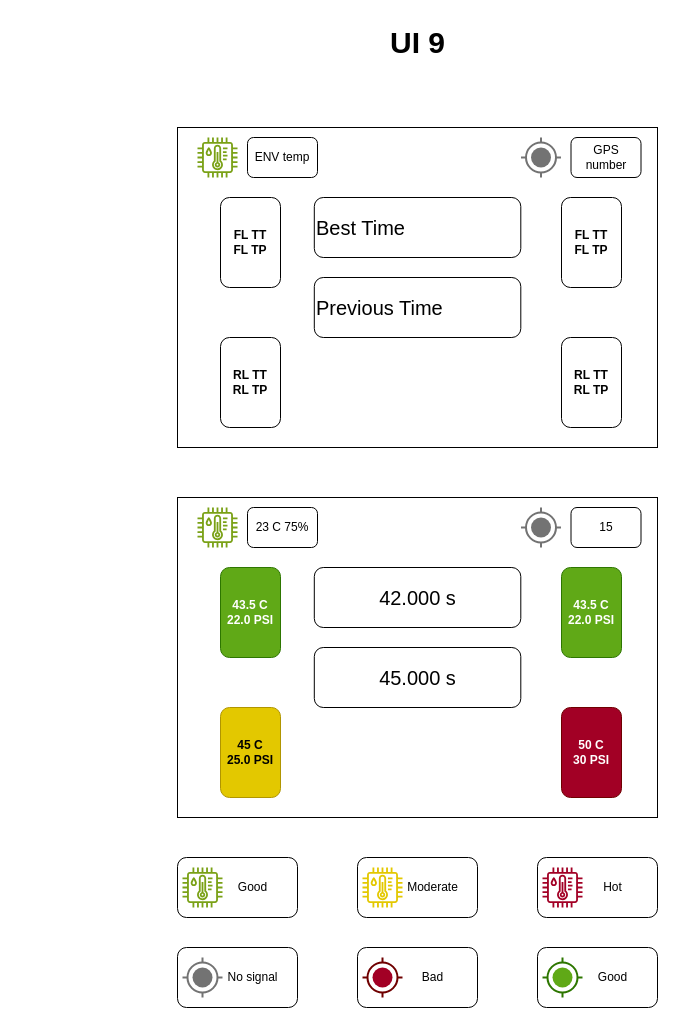
The draw.io diagram page "UI Page 9" (12 of 13) of pictures/Race Data Logger.drawio in Yobeh-blek/FullSend_Logger, before the edit. Source tidied: cells renumbered, new cells numbered last; positions are measured from the earlier drawing's top-left corner, leaving out a move shared by most shapes. Both pictures are drawn from the tidied source at 100%, with x=0, y=0 at pixel (177, 17).
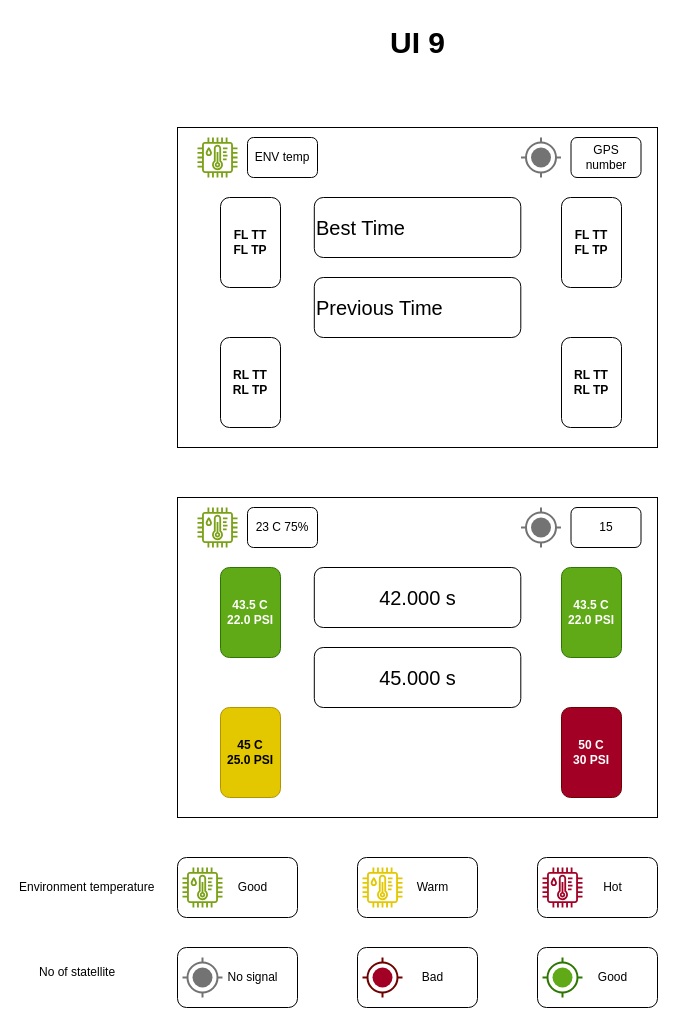
After the change.

The edit, as a diff of the source:
```diff
@@
-    <mxCell id="33" value="Moderate" style="text;html=1;align=center;verticalAlign=middle;strokeColor=none;fillColor=none;" parent="1" vertex="1">
-      <mxGeometry x="220" y="855" width="70" height="30" as="geometry" />
+    <mxCell id="33" value="Warm" style="text;html=1;align=center;verticalAlign=middle;strokeColor=none;fillColor=none;" parent="1" vertex="1">
+      <mxGeometry x="225" y="855" width="60" height="30" as="geometry" />
     </mxCell>
@@
+    <mxCell id="43" value="Environment temperature" style="text;html=1;align=left;verticalAlign=middle;strokeColor=none;fillColor=none;" parent="1" vertex="1">
+      <mxGeometry x="-160" y="855" width="160" height="30" as="geometry" />
+    </mxCell>
+    <mxCell id="44" value="No of statell&lt;span style=&quot;background-color: initial;&quot;&gt;ite&lt;/span&gt;" style="text;html=1;align=left;verticalAlign=middle;strokeColor=none;fillColor=none;" parent="1" vertex="1">
+      <mxGeometry x="-140" y="940" width="100" height="30" as="geometry" />
+    </mxCell>
```
